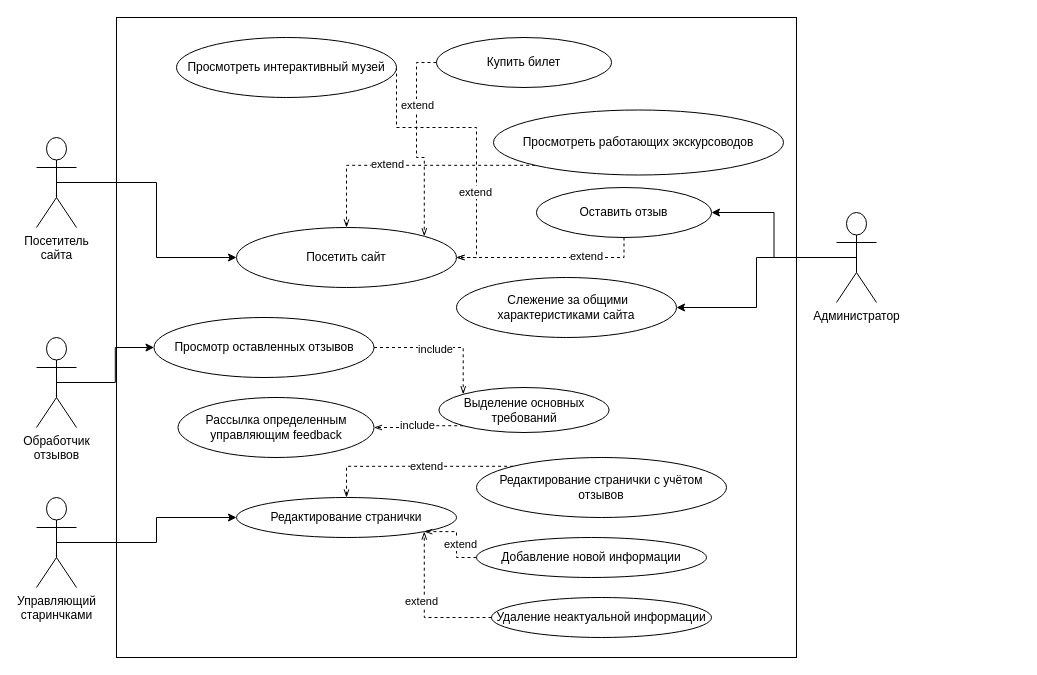
Barashek-1507/DandA keeps this draw.io diagram as Диаграмма классов.drawio. Above is the earlier version. Source tidied: cells renumbered, new cells numbered last; positions are measured from the earlier drawing's top-left corner, leaving out a move shared by most shapes. Both pictures are drawn from the tidied source at 100%, with x=0, y=0 at pixel (36, 17).
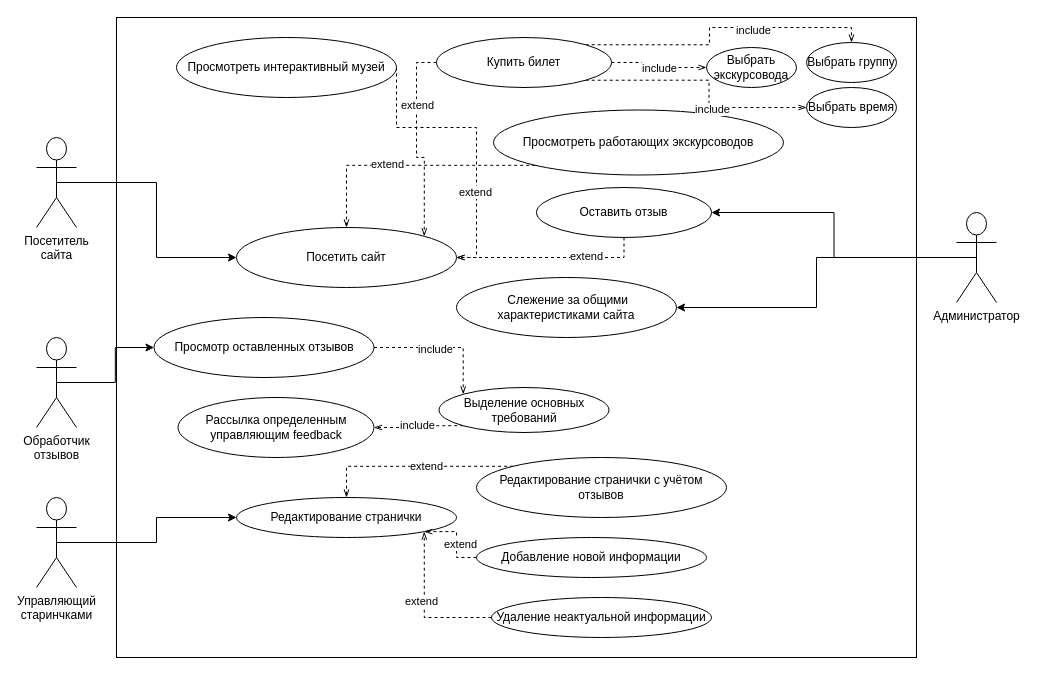
The same diagram, later.

Unchanged cells that the change refers to:
```xml
<mxCell id="21" value="Купить билет" style="ellipse;whiteSpace=wrap;html=1;align=center;" parent="1" vertex="1">
  <mxGeometry x="400" y="20" width="175" height="50" as="geometry" />
</mxCell>
```

What changed in the source:
```diff
@@
     <mxCell id="2" style="rounded=0;whiteSpace=wrap;html=1;align=center;" parent="1" vertex="1">
-      <mxGeometry x="80" width="680" height="640" as="geometry" />
+      <mxGeometry x="80" width="800" height="640" as="geometry" />
     </mxCell>
@@
     <mxCell id="11" value="Администратор" style="shape=umlActor;verticalLabelPosition=bottom;verticalAlign=top;html=1;outlineConnect=0;labelPosition=center;align=center;" parent="1" vertex="1">
-      <mxGeometry x="800" y="195" width="40" height="90" as="geometry" />
+      <mxGeometry x="920" y="195" width="40" height="90" as="geometry" />
     </mxCell>
@@
+    <mxCell id="42" style="edgeStyle=orthogonalEdgeStyle;rounded=0;jettySize=auto;html=1;exitX=1;exitY=0.5;exitDx=0;exitDy=0;entryX=0;entryY=0.5;entryDx=0;entryDy=0;endArrow=openThin;endFill=0;dashed=1;" parent="1" edge="1" source="21" target="48">
+      <mxGeometry relative="1" as="geometry" />
+    </mxCell>
+    <mxCell id="43" value="include" style="edgeLabel;html=1;align=center;verticalAlign=middle;" parent="42" vertex="1">
+      <mxGeometry x="0.06" y="-1" relative="1" as="geometry">
+        <mxPoint x="-1" y="-1" as="offset" />
+      </mxGeometry>
+    </mxCell>
+    <mxCell id="44" style="edgeStyle=orthogonalEdgeStyle;rounded=0;jettySize=auto;html=1;exitX=1;exitY=0;exitDx=0;exitDy=0;entryX=0.5;entryY=0;entryDx=0;entryDy=0;endArrow=openThin;endFill=0;dashed=1;" parent="1" edge="1" source="21" target="49">
+      <mxGeometry relative="1" as="geometry">
+        <Array as="points">
+          <mxPoint x="673" y="27" />
+          <mxPoint x="673" y="10" />
+          <mxPoint x="815" y="10" />
+        </Array>
+      </mxGeometry>
+    </mxCell>
+    <mxCell id="45" value="include" style="edgeLabel;html=1;align=center;verticalAlign=middle;" parent="44" vertex="1">
+      <mxGeometry x="0.24" y="-2" relative="1" as="geometry" />
+    </mxCell>
+    <mxCell id="46" style="edgeStyle=orthogonalEdgeStyle;rounded=0;jettySize=auto;html=1;exitX=1;exitY=1;exitDx=0;exitDy=0;endArrow=openThin;endFill=0;dashed=1;entryX=0;entryY=0.5;entryDx=0;entryDy=0;" parent="1" edge="1" source="21" target="50">
+      <mxGeometry relative="1" as="geometry" />
+    </mxCell>
+    <mxCell id="47" value="include" style="edgeLabel;html=1;align=center;verticalAlign=middle;" parent="46" vertex="1">
+      <mxGeometry x="0.24" y="-1" relative="1" as="geometry" />
+    </mxCell>
@@
+    <mxCell id="48" value="Выбрать экскурсовода" style="ellipse;whiteSpace=wrap;html=1;align=center;" parent="1" vertex="1">
+      <mxGeometry x="670" y="30" width="90" height="40" as="geometry" />
+    </mxCell>
+    <mxCell id="49" value="Выбрать группу" style="ellipse;whiteSpace=wrap;html=1;align=center;" parent="1" vertex="1">
+      <mxGeometry x="770" y="25" width="90" height="40" as="geometry" />
+    </mxCell>
+    <mxCell id="50" value="Выбрать время" style="ellipse;whiteSpace=wrap;html=1;align=center;" parent="1" vertex="1">
+      <mxGeometry x="770" y="70" width="90" height="40" as="geometry" />
+    </mxCell>
```
